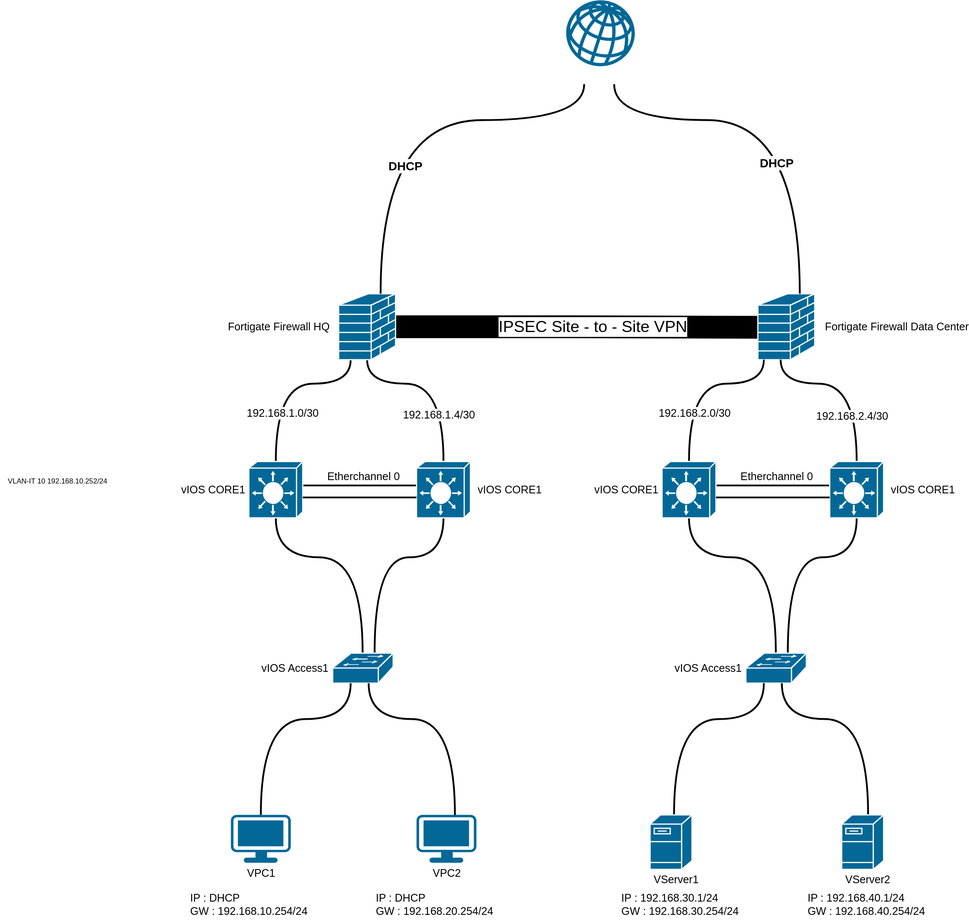
This is Projects/03 EVE-NG MultiVendor_FortinetVPN_Cisco_Huawei/Network Diagram Fortigate IPsec Site-to-Site VPN.svg from PONDpts07/Portfolio, a draw.io export, as it was before one commit. Source tidied: cells renumbered, new cells last; positions are measured from the earlier drawing's top-left corner, leaving out a move shared by most shapes.
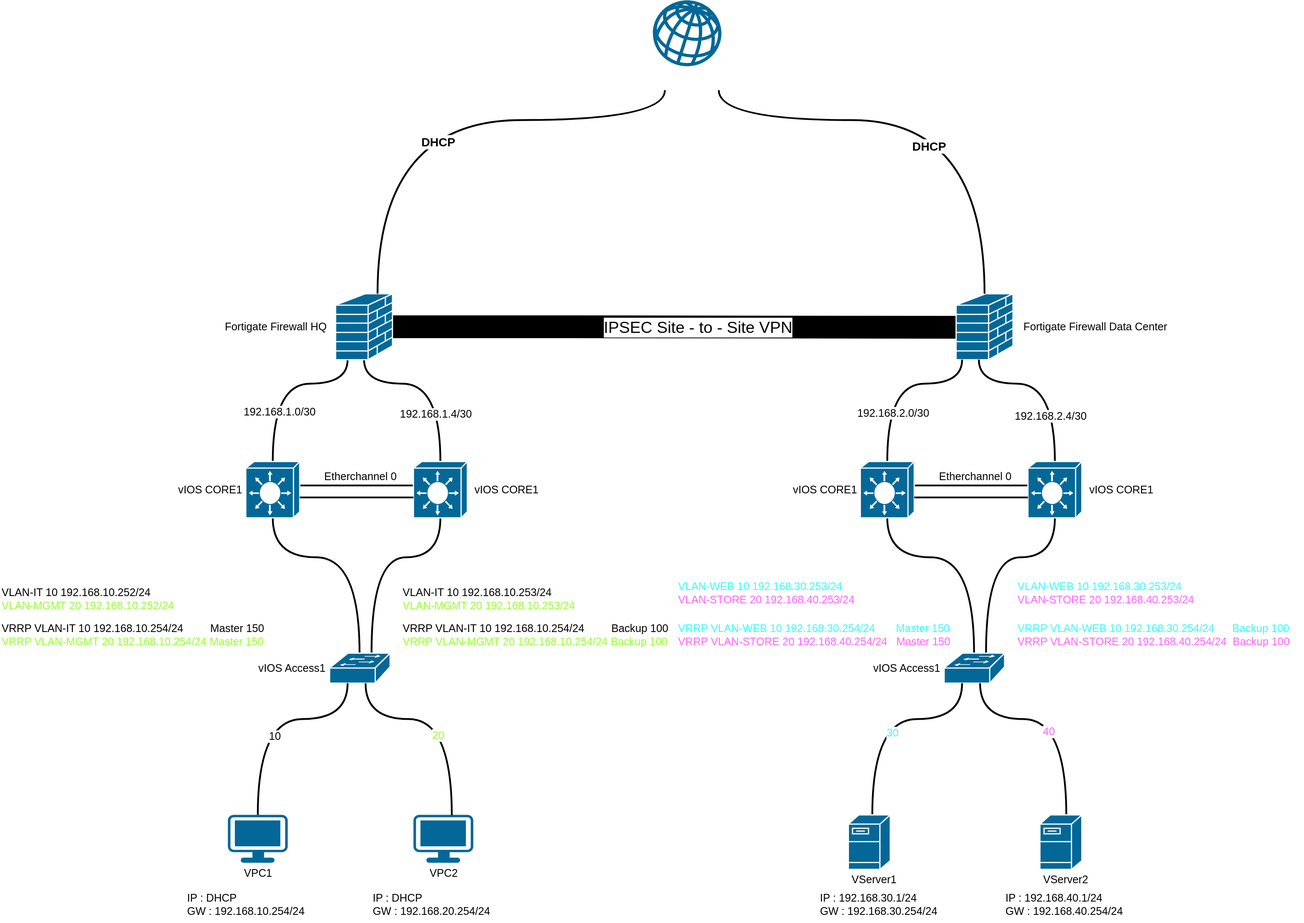
After the change.

Change to the diagram source:
```diff
@@ -43,38 +43,39 @@
       <mxGeometry x="565" y="490" width="95" height="110" as="geometry" />
     </mxCell>
     <mxCell id="9" value="Fortigate Firewall Data Center" style="shape=mxgraph.cisco.security.firewall;sketch=0;html=1;dashed=0;fillColor=#036897;strokeColor=#ffffff;strokeWidth=2;verticalLabelPosition=middle;verticalAlign=middle;align=left;outlineConnect=0;fontSize=18;labelPosition=right;spacingLeft=15;spacingRight=14;" parent="1" vertex="1">
-      <mxGeometry x="1265" y="490" width="95" height="110" as="geometry" />
+      <mxGeometry x="1601.5" y="490" width="95" height="110" as="geometry" />
     </mxCell>
     <mxCell id="10" style="edgeStyle=orthogonalEdgeStyle;rounded=0;jettySize=auto;html=1;curved=1;shape=wire;dashed=1;endArrow=none;endFill=0;strokeWidth=3;" parent="1" edge="1" target="8">
       <mxGeometry relative="1" as="geometry">
-        <mxPoint x="975" y="140" as="sourcePoint" />
+        <mxPoint x="1115" y="150" as="sourcePoint" />
         <Array as="points">
-          <mxPoint x="975" y="200" />
+          <mxPoint x="1115" y="200" />
           <mxPoint x="635" y="200" />
         </Array>
       </mxGeometry>
     </mxCell>
     <mxCell id="11" value="DHCP" style="edgeLabel;html=1;align=center;verticalAlign=middle;fontSize=20;fontStyle=1;" parent="10" vertex="1">
       <mxGeometry x="0.38" y="13" relative="1" as="geometry">
-        <mxPoint x="27" as="offset" />
+        <mxPoint x="87" as="offset" />
       </mxGeometry>
     </mxCell>
     <mxCell id="12" style="edgeStyle=orthogonalEdgeStyle;rounded=0;jettySize=auto;html=1;curved=1;strokeWidth=3;endArrow=none;endFill=0;" parent="1" edge="1" target="9">
       <mxGeometry relative="1" as="geometry">
-        <mxPoint x="1025" y="140" as="sourcePoint" />
+        <mxPoint x="1205" y="150" as="sourcePoint" />
         <Array as="points">
-          <mxPoint x="1025" y="200" />
-          <mxPoint x="1335" y="200" />
+          <mxPoint x="1205" y="150" />
+          <mxPoint x="1205" y="200" />
+          <mxPoint x="1649" y="200" />
         </Array>
       </mxGeometry>
     </mxCell>
     <mxCell id="13" value="DHCP" style="edgeLabel;html=1;align=center;verticalAlign=middle;fontSize=20;fontStyle=1;" parent="12" vertex="1">
       <mxGeometry x="0.33" y="-6" relative="1" as="geometry">
-        <mxPoint x="-34" y="2" as="offset" />
+        <mxPoint x="-88" y="16" as="offset" />
       </mxGeometry>
     </mxCell>
     <mxCell id="14" value="INTERNET SERVICE PROVIDER" style="verticalLabelPosition=bottom;sketch=0;html=1;fillColor=#036897;strokeColor=#006EAF;verticalAlign=top;align=center;shape=mxgraph.cisco_safe.security_icons.icon11;fontColor=#ffffff;fontSize=16;" parent="1" vertex="1">
-      <mxGeometry x="945" width="114.5" height="110" as="geometry" />
+      <mxGeometry x="1095" width="114.5" height="110" as="geometry" />
     </mxCell>
     <mxCell id="15" style="edgeStyle=orthogonalEdgeStyle;rounded=0;jettySize=auto;html=1;curved=1;endArrow=none;endFill=0;strokeWidth=3;" parent="1" edge="1" source="17" target="20">
       <mxGeometry relative="1" as="geometry">
@@ -123,6 +124,9 @@
         </Array>
       </mxGeometry>
     </mxCell>
+    <mxCell id="48" value="10" style="edgeLabel;html=1;align=center;verticalAlign=middle;fontSize=18;" parent="23" vertex="1">
+      <mxGeometry x="0.29" y="27" relative="1" as="geometry" />
+    </mxCell>
     <mxCell id="24" style="edgeStyle=orthogonalEdgeStyle;rounded=0;jettySize=auto;html=1;entryX=0.641;entryY=0.006;entryDx=0;entryDy=0;entryPerimeter=0;curved=1;endArrow=none;endFill=0;strokeWidth=3;" parent="1" edge="1" source="20" target="22">
       <mxGeometry relative="1" as="geometry">
         <Array as="points">
@@ -131,6 +135,9 @@
         </Array>
       </mxGeometry>
     </mxCell>
+    <mxCell id="49" value="20" style="edgeLabel;html=1;align=center;verticalAlign=middle;fontSize=18;fontColor=#99FF33;" parent="24" vertex="1">
+      <mxGeometry x="0.26" y="-24" relative="1" as="geometry" />
+    </mxCell>
     <mxCell id="25" value="IP : DHCP&lt;div&gt;GW : 192.168.10.254/24&lt;/div&gt;" style="text;html=1;align=left;verticalAlign=middle;strokeColor=none;fillColor=none;fontSize=18;" parent="1" vertex="1">
       <mxGeometry x="315" y="1480" width="220" height="60" as="geometry" />
     </mxCell>
@@ -152,10 +159,10 @@
     </mxCell>
     <mxCell id="29" style="edgeStyle=orthogonalEdgeStyle;rounded=0;jettySize=auto;html=1;curved=1;strokeWidth=3;endArrow=none;endFill=0;" parent="1" edge="1" target="35">
       <mxGeometry relative="1" as="geometry">
-        <mxPoint x="1275" y="600" as="sourcePoint" />
+        <mxPoint x="1611.5" y="600" as="sourcePoint" />
         <Array as="points">
-          <mxPoint x="1275" y="640" />
-          <mxPoint x="1150" y="640" />
+          <mxPoint x="1611.5" y="640" />
+          <mxPoint x="1486.5" y="640" />
         </Array>
       </mxGeometry>
     </mxCell>
@@ -164,10 +171,10 @@
     </mxCell>
     <mxCell id="31" style="edgeStyle=orthogonalEdgeStyle;rounded=0;jettySize=auto;html=1;curved=1;endArrow=none;endFill=0;strokeWidth=3;" parent="1" edge="1" target="37">
       <mxGeometry relative="1" as="geometry">
-        <mxPoint x="1303" y="600" as="sourcePoint" />
+        <mxPoint x="1639.5" y="600" as="sourcePoint" />
         <Array as="points">
-          <mxPoint x="1303" y="640" />
-          <mxPoint x="1430" y="640" />
+          <mxPoint x="1639.5" y="640" />
+          <mxPoint x="1766.5" y="640" />
         </Array>
       </mxGeometry>
     </mxCell>
@@ -177,81 +184,110 @@
     <mxCell id="33" style="edgeStyle=orthogonalEdgeStyle;rounded=0;jettySize=auto;html=1;curved=1;endArrow=none;endFill=0;strokeWidth=3;" parent="1" edge="1" source="35" target="38">
       <mxGeometry relative="1" as="geometry">
         <Array as="points">
-          <mxPoint x="1150" y="930" />
-          <mxPoint x="1295" y="930" />
+          <mxPoint x="1486.5" y="930" />
+          <mxPoint x="1631.5" y="930" />
         </Array>
       </mxGeometry>
     </mxCell>
     <mxCell id="34" style="edgeStyle=orthogonalEdgeStyle;rounded=0;jettySize=auto;html=1;strokeWidth=3;endArrow=none;endFill=0;" parent="1" edge="1" source="35" target="37">
       <mxGeometry relative="1" as="geometry">
         <Array as="points">
-          <mxPoint x="1295" y="810" />
-          <mxPoint x="1295" y="810" />
+          <mxPoint x="1631.5" y="810" />
+          <mxPoint x="1631.5" y="810" />
         </Array>
       </mxGeometry>
     </mxCell>
     <mxCell id="35" value="vIOS CORE1" style="shape=mxgraph.cisco.switches.layer_3_switch;sketch=0;html=1;dashed=0;fillColor=#036897;strokeColor=#ffffff;strokeWidth=2;verticalLabelPosition=middle;verticalAlign=middle;align=right;outlineConnect=0;labelPosition=left;fontSize=18;spacingLeft=10;spacingRight=5;" parent="1" vertex="1">
-      <mxGeometry x="1105" y="770" width="90" height="94" as="geometry" />
+      <mxGeometry x="1441.5" y="770" width="90" height="94" as="geometry" />
     </mxCell>
     <mxCell id="36" style="edgeStyle=orthogonalEdgeStyle;rounded=0;jettySize=auto;html=1;curved=1;strokeWidth=3;endArrow=none;endFill=0;" parent="1" edge="1" source="37" target="38">
       <mxGeometry relative="1" as="geometry">
         <Array as="points">
-          <mxPoint x="1430" y="930" />
-          <mxPoint x="1315" y="930" />
+          <mxPoint x="1766.5" y="930" />
+          <mxPoint x="1651.5" y="930" />
         </Array>
       </mxGeometry>
     </mxCell>
     <mxCell id="37" value="vIOS CORE1" style="shape=mxgraph.cisco.switches.layer_3_switch;sketch=0;html=1;dashed=0;fillColor=#036897;strokeColor=#ffffff;strokeWidth=2;verticalLabelPosition=middle;verticalAlign=middle;align=left;outlineConnect=0;labelPosition=right;fontSize=18;spacingLeft=10;spacingRight=5;" parent="1" vertex="1">
-      <mxGeometry x="1385" y="770" width="90" height="94" as="geometry" />
+      <mxGeometry x="1721.5" y="770" width="90" height="94" as="geometry" />
     </mxCell>
     <mxCell id="38" value="vIOS Access1" style="shape=mxgraph.cisco.switches.workgroup_switch;sketch=0;html=1;dashed=0;fillColor=#036897;strokeColor=#ffffff;strokeWidth=2;verticalLabelPosition=middle;verticalAlign=middle;align=right;outlineConnect=0;fontSize=18;labelPosition=left;spacingRight=6;" parent="1" vertex="1">
-      <mxGeometry x="1245" y="1090" width="101" height="50" as="geometry" />
+      <mxGeometry x="1581.5" y="1090" width="101" height="50" as="geometry" />
     </mxCell>
     <mxCell id="39" style="edgeStyle=orthogonalEdgeStyle;rounded=0;jettySize=auto;html=1;entryX=0.5;entryY=0;entryDx=0;entryDy=0;entryPerimeter=0;curved=1;strokeWidth=3;endArrow=none;endFill=0;" parent="1" edge="1" source="38">
       <mxGeometry relative="1" as="geometry">
-        <mxPoint x="1125" y="1360" as="targetPoint" />
+        <mxPoint x="1461.5" y="1360" as="targetPoint" />
         <Array as="points">
-          <mxPoint x="1275" y="1200" />
-          <mxPoint x="1125" y="1200" />
+          <mxPoint x="1611.5" y="1200" />
+          <mxPoint x="1461.5" y="1200" />
         </Array>
       </mxGeometry>
     </mxCell>
+    <mxCell id="50" value="30" style="edgeLabel;html=1;align=center;verticalAlign=middle;fontSize=18;fontColor=#33FFFF;" parent="39" vertex="1">
+      <mxGeometry x="-0.04" y="22" relative="1" as="geometry" />
+    </mxCell>
     <mxCell id="40" style="edgeStyle=orthogonalEdgeStyle;rounded=0;jettySize=auto;html=1;entryX=0.641;entryY=0.006;entryDx=0;entryDy=0;entryPerimeter=0;curved=1;endArrow=none;endFill=0;strokeWidth=3;" parent="1" edge="1" source="38">
       <mxGeometry relative="1" as="geometry">
-        <mxPoint x="1449.1" y="1360.5" as="targetPoint" />
+        <mxPoint x="1785.6" y="1360.5" as="targetPoint" />
         <Array as="points">
-          <mxPoint x="1305" y="1200" />
-          <mxPoint x="1449" y="1200" />
+          <mxPoint x="1641.5" y="1200" />
+          <mxPoint x="1785.5" y="1200" />
         </Array>
       </mxGeometry>
     </mxCell>
+    <mxCell id="51" value="40" style="edgeLabel;html=1;align=center;verticalAlign=middle;fontSize=18;fontColor=#FF66FF;" parent="40" vertex="1">
+      <mxGeometry x="-0.05" y="-30" relative="1" as="geometry">
+        <mxPoint x="1" y="-10" as="offset" />
+      </mxGeometry>
+    </mxCell>
     <mxCell id="41" value="IP : 192.168.30.1/24&lt;div&gt;GW : 192.168.30.254/24&lt;/div&gt;" style="text;html=1;align=left;verticalAlign=middle;strokeColor=none;fillColor=none;fontSize=18;" parent="1" vertex="1">
-      <mxGeometry x="1035" y="1480" width="220" height="60" as="geometry" />
+      <mxGeometry x="1371.5" y="1480" width="220" height="60" as="geometry" />
     </mxCell>
     <mxCell id="42" value="IP : 192.168.40.1/24&lt;div&gt;GW : 192.168.40.254/24&lt;/div&gt;" style="text;html=1;align=left;verticalAlign=middle;strokeColor=none;fillColor=none;fontSize=18;" parent="1" vertex="1">
-      <mxGeometry x="1346" y="1480" width="220" height="60" as="geometry" />
+      <mxGeometry x="1682.5" y="1480" width="220" height="60" as="geometry" />
     </mxCell>
     <mxCell id="43" style="edgeStyle=orthogonalEdgeStyle;rounded=0;orthogonalLoop=1;jettySize=auto;html=1;strokeWidth=3;endArrow=none;endFill=0;" parent="1" edge="1">
       <mxGeometry relative="1" as="geometry">
-        <mxPoint x="1195" y="830" as="sourcePoint" />
-        <mxPoint x="1385" y="830" as="targetPoint" />
+        <mxPoint x="1531.5" y="830" as="sourcePoint" />
+        <mxPoint x="1721.5" y="830" as="targetPoint" />
         <Array as="points">
-          <mxPoint x="1295" y="830" />
-          <mxPoint x="1295" y="830" />
+          <mxPoint x="1631.5" y="830" />
+          <mxPoint x="1631.5" y="830" />
         </Array>
       </mxGeometry>
     </mxCell>
     <mxCell id="44" value="Etherchannel 0" style="text;html=1;align=center;verticalAlign=middle;strokeColor=none;fillColor=none;fontSize=18;" parent="1" vertex="1">
-      <mxGeometry x="1226" y="775" width="140" height="40" as="geometry" />
+      <mxGeometry x="1562.5" y="775" width="140" height="40" as="geometry" />
     </mxCell>
     <mxCell id="45" value="VServer1" style="shape=mxgraph.cisco.servers.fileserver;sketch=0;html=1;dashed=0;fillColor=#036897;strokeColor=#ffffff;strokeWidth=2;verticalLabelPosition=bottom;verticalAlign=top;align=center;labelPosition=center;spacingLeft=15;fontSize=18;" parent="1" vertex="1">
-      <mxGeometry x="1085" y="1360" width="70" height="91" as="geometry" />
+      <mxGeometry x="1421.5" y="1360" width="70" height="91" as="geometry" />
     </mxCell>
     <mxCell id="46" value="VServer2" style="shape=mxgraph.cisco.servers.fileserver;sketch=0;html=1;dashed=0;fillColor=#036897;strokeColor=#ffffff;strokeWidth=2;verticalLabelPosition=bottom;verticalAlign=top;align=center;labelPosition=center;spacingLeft=15;fontSize=18;" parent="1" vertex="1">
-      <mxGeometry x="1405" y="1360" width="70" height="91" as="geometry" />
+      <mxGeometry x="1741.5" y="1360" width="70" height="91" as="geometry" />
     </mxCell>
-    <mxCell id="47" value="VLAN-IT 10 192.168.10.252/24" style="text;html=1;align=center;verticalAlign=middle;strokeColor=none;fillColor=none;" parent="1" vertex="1">
-      <mxGeometry y="788" width="190" height="30" as="geometry" />
+    <mxCell id="47" value="VLAN-IT 10 192.168.10.252/24&lt;div&gt;&lt;font style=&quot;color: rgb(153, 255, 51);&quot;&gt;VLAN-MGMT 20 192.168.10.252/24&lt;/font&gt;&lt;/div&gt;" style="text;html=1;align=left;verticalAlign=middle;strokeColor=none;fillColor=none;fontSize=18;" parent="1" vertex="1">
+      <mxGeometry x="5" y="970" width="310" height="60" as="geometry" />
     </mxCell>
+    <mxCell id="52" value="VLAN-IT 10 192.168.10.253/24&lt;div&gt;&lt;font style=&quot;color: rgb(153, 255, 51);&quot;&gt;VLAN-MGMT 20 192.168.10.253/24&lt;/font&gt;&lt;/div&gt;" style="text;html=1;align=left;verticalAlign=middle;strokeColor=none;fillColor=none;fontSize=18;" parent="1" vertex="1">
+      <mxGeometry x="675" y="970" width="310" height="60" as="geometry" />
+    </mxCell>
+    <mxCell id="53" value="VRRP VLAN-IT 10 192.168.10.254/24&amp;nbsp; &amp;nbsp; &amp;nbsp; &amp;nbsp; &amp;nbsp;Master 150&lt;div&gt;&lt;font style=&quot;color: rgb(153, 255, 51);&quot;&gt;VRRP VLAN-MGMT 20 192.168.10.254/24 Master 150&lt;/font&gt;&lt;/div&gt;" style="text;html=1;align=left;verticalAlign=middle;strokeColor=none;fillColor=none;fontSize=18;" parent="1" vertex="1">
+      <mxGeometry x="5" y="1030" width="460" height="60" as="geometry" />
+    </mxCell>
+    <mxCell id="54" value="VRRP VLAN-IT 10 192.168.10.254/24&amp;nbsp; &amp;nbsp; &amp;nbsp; &amp;nbsp; &amp;nbsp;Backup 100&lt;div&gt;&lt;font style=&quot;color: rgb(153, 255, 51);&quot;&gt;VRRP VLAN-MGMT 20 192.168.10.254/24 Backup 100&lt;/font&gt;&lt;/div&gt;" style="text;html=1;align=left;verticalAlign=middle;strokeColor=none;fillColor=none;fontSize=18;" parent="1" vertex="1">
+      <mxGeometry x="675" y="1030" width="470" height="60" as="geometry" />
+    </mxCell>
+    <mxCell id="55" value="&lt;font style=&quot;color: rgb(51, 255, 255);&quot;&gt;VLAN-WEB 10 192.168.30.253/24&lt;/font&gt;&lt;div&gt;&lt;font style=&quot;color: rgb(255, 102, 255);&quot;&gt;VLAN-STORE 20 192.168.40.253/24&lt;/font&gt;&lt;/div&gt;" style="text;html=1;align=left;verticalAlign=middle;strokeColor=none;fillColor=none;fontSize=18;" parent="1" vertex="1">
+      <mxGeometry x="1135" y="960" width="320" height="60" as="geometry" />
+    </mxCell>
+    <mxCell id="56" value="&lt;font style=&quot;color: rgb(51, 255, 255);&quot;&gt;VRRP VLAN-WEB 10 192.168.30.254/24&amp;nbsp; &amp;nbsp; &amp;nbsp; &amp;nbsp;Master 150&lt;/font&gt;&lt;div&gt;&lt;font style=&quot;color: rgb(255, 102, 255);&quot;&gt;VRRP VLAN-STORE 20 192.168.40.254/24&amp;nbsp; &amp;nbsp;Master 150&lt;/font&gt;&lt;/div&gt;" style="text;html=1;align=left;verticalAlign=middle;strokeColor=none;fillColor=none;fontSize=18;" parent="1" vertex="1">
+      <mxGeometry x="1135" y="1030" width="480" height="60" as="geometry" />
+    </mxCell>
+    <mxCell id="57" value="&lt;font style=&quot;color: rgb(51, 255, 255);&quot;&gt;VLAN-WEB 10 192.168.30.253/24&lt;/font&gt;&lt;div&gt;&lt;font style=&quot;color: rgb(255, 102, 255);&quot;&gt;VLAN-STORE 20 192.168.40.253/24&lt;/font&gt;&lt;/div&gt;" style="text;html=1;align=left;verticalAlign=middle;strokeColor=none;fillColor=none;fontSize=18;" parent="1" vertex="1">
+      <mxGeometry x="1702.5" y="960" width="320" height="60" as="geometry" />
+    </mxCell>
+    <mxCell id="58" value="&lt;font style=&quot;color: rgb(51, 255, 255);&quot;&gt;VRRP VLAN-WEB 10 192.168.30.254/24&amp;nbsp; &amp;nbsp; &amp;nbsp; Backup 100&lt;/font&gt;&lt;div&gt;&lt;font style=&quot;color: rgb(255, 102, 255);&quot;&gt;VRRP VLAN-STORE 20 192.168.40.254/24&amp;nbsp; Backup 100&lt;/font&gt;&lt;/div&gt;" style="text;html=1;align=left;verticalAlign=middle;strokeColor=none;fillColor=none;fontSize=18;" parent="1" vertex="1">
+      <mxGeometry x="1702.5" y="1030" width="480" height="60" as="geometry" />
+    </mxCell>
   </root>
 </mxGraphModel>
```
